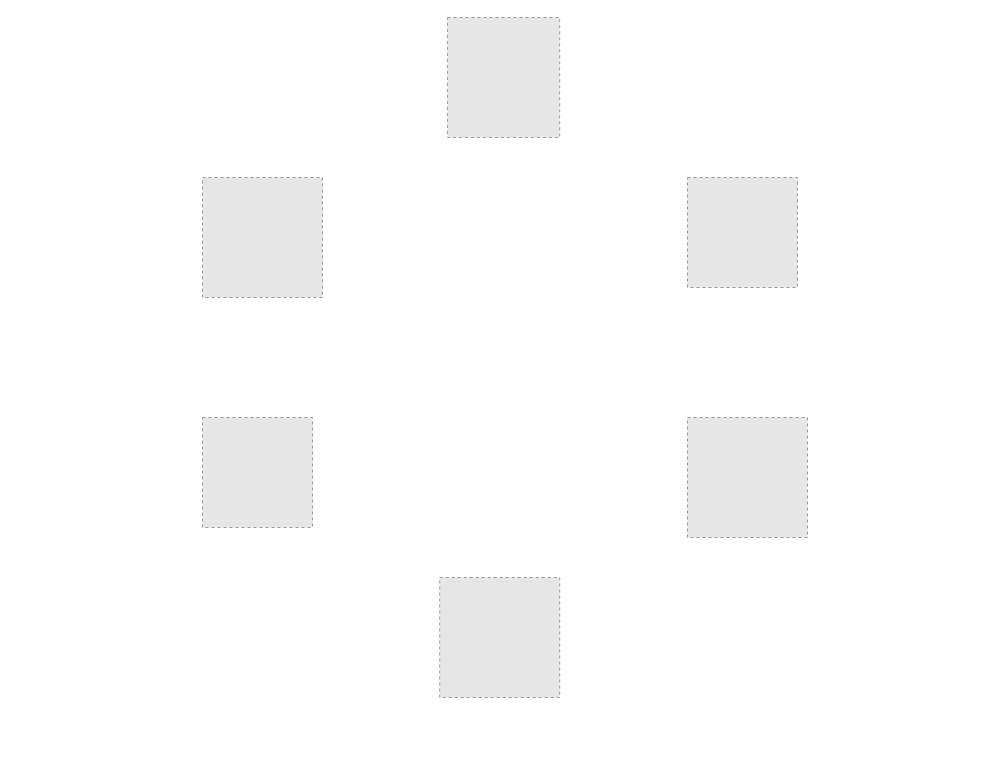
sharadregoti/sharadregoti.github.io keeps this draw.io diagram as images/2022-07-24-09-what-is-devops/blog.drawio. Above is the earlier version. Source tidied: cells renumbered, new cells numbered last; positions are measured from the earlier drawing's top-left corner, leaving out a move shared by most shapes. Both pictures are drawn from the tidied source at 100%, with x=0, y=0 at pixel (202, 17). Pictures stored in the file or linked from it are replaced by grey dashed boxes.
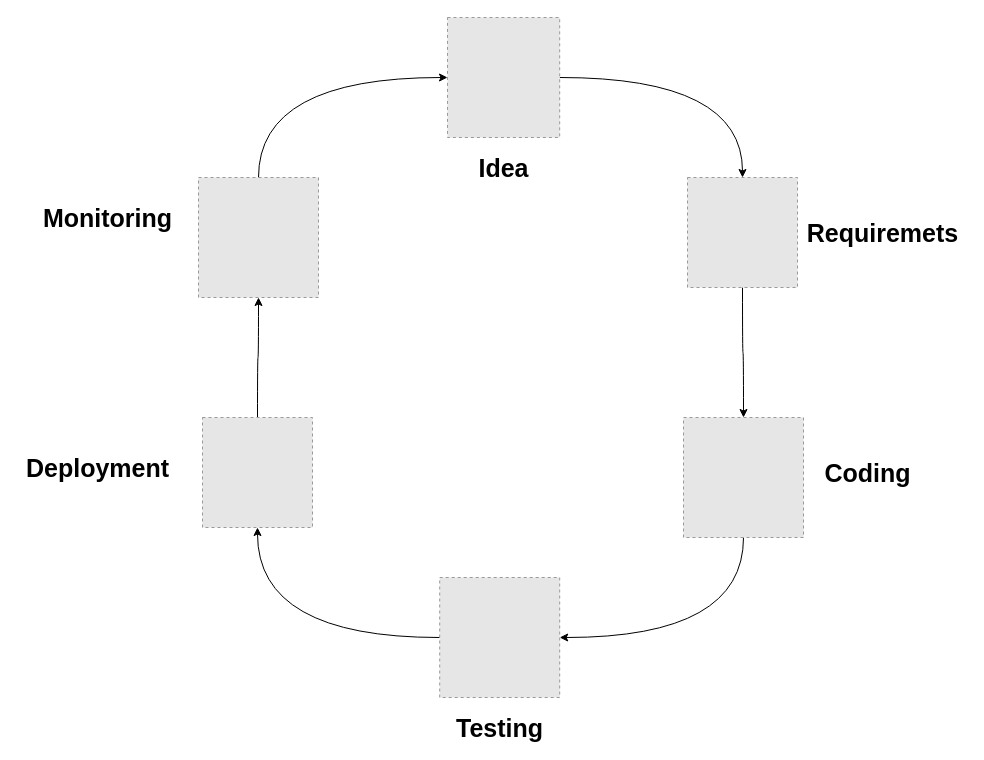
After the change.

What changed in the source:
```diff
@@
 <mxGraphModel>
   <root>
     <mxCell id="0" />
     <mxCell id="1" parent="0" />
+    <mxCell id="8" style="edgeStyle=orthogonalEdgeStyle;rounded=0;jettySize=auto;html=1;curved=1;entryX=0.5;entryY=0;entryDx=0;entryDy=0;" parent="1" edge="1" source="2" target="3">
+      <mxGeometry relative="1" as="geometry" />
+    </mxCell>
     <mxCell id="2" style="fillColor=#E6E6E6;strokeColor=#999999;dashed=1;verticalLabelPosition=bottom;labelBackgroundColor=default;verticalAlign=top;" parent="1" vertex="1">
       <mxGeometry x="245" width="112.2" height="120" as="geometry" />
     </mxCell>
+    <mxCell id="9" style="edgeStyle=orthogonalEdgeStyle;curved=1;rounded=0;jettySize=auto;html=1;entryX=0.5;entryY=0;entryDx=0;entryDy=0;" parent="1" edge="1" source="3" target="4">
+      <mxGeometry relative="1" as="geometry" />
+    </mxCell>
     <mxCell id="3" style="fillColor=#E6E6E6;strokeColor=#999999;dashed=1;verticalLabelPosition=bottom;labelBackgroundColor=default;verticalAlign=top;" parent="1" vertex="1">
       <mxGeometry x="485" y="160" width="110" height="110" as="geometry" />
     </mxCell>
+    <mxCell id="10" style="edgeStyle=orthogonalEdgeStyle;curved=1;rounded=0;jettySize=auto;html=1;entryX=1;entryY=0.5;entryDx=0;entryDy=0;exitX=0.5;exitY=1;exitDx=0;exitDy=0;" parent="1" edge="1" source="4" target="7">
+      <mxGeometry relative="1" as="geometry" />
+    </mxCell>
     <mxCell id="4" style="fillColor=#E6E6E6;strokeColor=#999999;dashed=1;verticalLabelPosition=bottom;labelBackgroundColor=default;verticalAlign=top;" parent="1" vertex="1">
-      <mxGeometry x="485" y="400" width="120" height="120" as="geometry" />
+      <mxGeometry x="481" y="400" width="120" height="120" as="geometry" />
     </mxCell>
+    <mxCell id="11" style="edgeStyle=orthogonalEdgeStyle;curved=1;rounded=0;jettySize=auto;html=1;exitX=0.5;exitY=0;exitDx=0;exitDy=0;entryX=0.5;entryY=1;entryDx=0;entryDy=0;" parent="1" edge="1" source="5" target="6">
+      <mxGeometry relative="1" as="geometry" />
+    </mxCell>
     <mxCell id="5" style="fillColor=#E6E6E6;strokeColor=#999999;dashed=1;verticalLabelPosition=bottom;labelBackgroundColor=default;verticalAlign=top;" parent="1" vertex="1">
       <mxGeometry y="400" width="110" height="110" as="geometry" />
     </mxCell>
+    <mxCell id="12" style="edgeStyle=orthogonalEdgeStyle;curved=1;rounded=0;jettySize=auto;html=1;entryX=0;entryY=0.5;entryDx=0;entryDy=0;exitX=0.5;exitY=0;exitDx=0;exitDy=0;" parent="1" edge="1" source="6" target="2">
+      <mxGeometry relative="1" as="geometry" />
+    </mxCell>
     <mxCell id="6" style="fillColor=#E6E6E6;strokeColor=#999999;dashed=1;verticalLabelPosition=bottom;labelBackgroundColor=default;verticalAlign=top;" parent="1" vertex="1">
-      <mxGeometry y="160" width="120" height="120" as="geometry" />
+      <mxGeometry x="-4" y="160" width="120" height="120" as="geometry" />
     </mxCell>
+    <mxCell id="13" style="edgeStyle=orthogonalEdgeStyle;curved=1;rounded=0;jettySize=auto;html=1;" parent="1" edge="1" source="7" target="5">
+      <mxGeometry relative="1" as="geometry" />
+    </mxCell>
     <mxCell id="7" style="fillColor=#E6E6E6;strokeColor=#999999;dashed=1;verticalLabelPosition=bottom;labelBackgroundColor=default;verticalAlign=top;" parent="1" vertex="1">
       <mxGeometry x="237.2" y="560" width="120" height="120" as="geometry" />
     </mxCell>
+    <mxCell id="14" value="&lt;b&gt;&lt;font style=&quot;font-size: 25px;&quot;&gt;Idea&lt;/font&gt;&lt;/b&gt;" style="text;html=1;align=center;verticalAlign=middle;strokeColor=none;fillColor=none;" parent="1" vertex="1">
+      <mxGeometry x="266.1" y="140" width="70" height="20" as="geometry" />
+    </mxCell>
+    <mxCell id="15" value="&lt;b&gt;&lt;font style=&quot;font-size: 25px;&quot;&gt;Requiremets&lt;/font&gt;&lt;/b&gt;" style="text;html=1;align=center;verticalAlign=middle;strokeColor=none;fillColor=none;" parent="1" vertex="1">
+      <mxGeometry x="595" y="205" width="170" height="20" as="geometry" />
+    </mxCell>
+    <mxCell id="16" value="&lt;b&gt;&lt;font style=&quot;font-size: 25px;&quot;&gt;Coding&lt;/font&gt;&lt;/b&gt;" style="text;html=1;align=center;verticalAlign=middle;strokeColor=none;fillColor=none;" parent="1" vertex="1">
+      <mxGeometry x="615" y="445" width="100" height="20" as="geometry" />
+    </mxCell>
+    <mxCell id="17" value="&lt;b&gt;&lt;font style=&quot;font-size: 25px;&quot;&gt;Testing&lt;/font&gt;&lt;/b&gt;" style="text;html=1;align=center;verticalAlign=middle;strokeColor=none;fillColor=none;" parent="1" vertex="1">
+      <mxGeometry x="247.2" y="700" width="100" height="20" as="geometry" />
+    </mxCell>
+    <mxCell id="18" value="&lt;b&gt;&lt;font style=&quot;font-size: 25px;&quot;&gt;Deployment&lt;/font&gt;&lt;/b&gt;" style="text;html=1;align=center;verticalAlign=middle;strokeColor=none;fillColor=none;" parent="1" vertex="1">
+      <mxGeometry x="-185" y="440" width="160" height="20" as="geometry" />
+    </mxCell>
+    <mxCell id="19" value="&lt;b&gt;&lt;font style=&quot;font-size: 25px;&quot;&gt;Monitoring&lt;/font&gt;&lt;/b&gt;" style="text;html=1;align=center;verticalAlign=middle;strokeColor=none;fillColor=none;" parent="1" vertex="1">
+      <mxGeometry x="-165" y="190" width="140" height="20" as="geometry" />
+    </mxCell>
   </root>
 </mxGraphModel>
```
